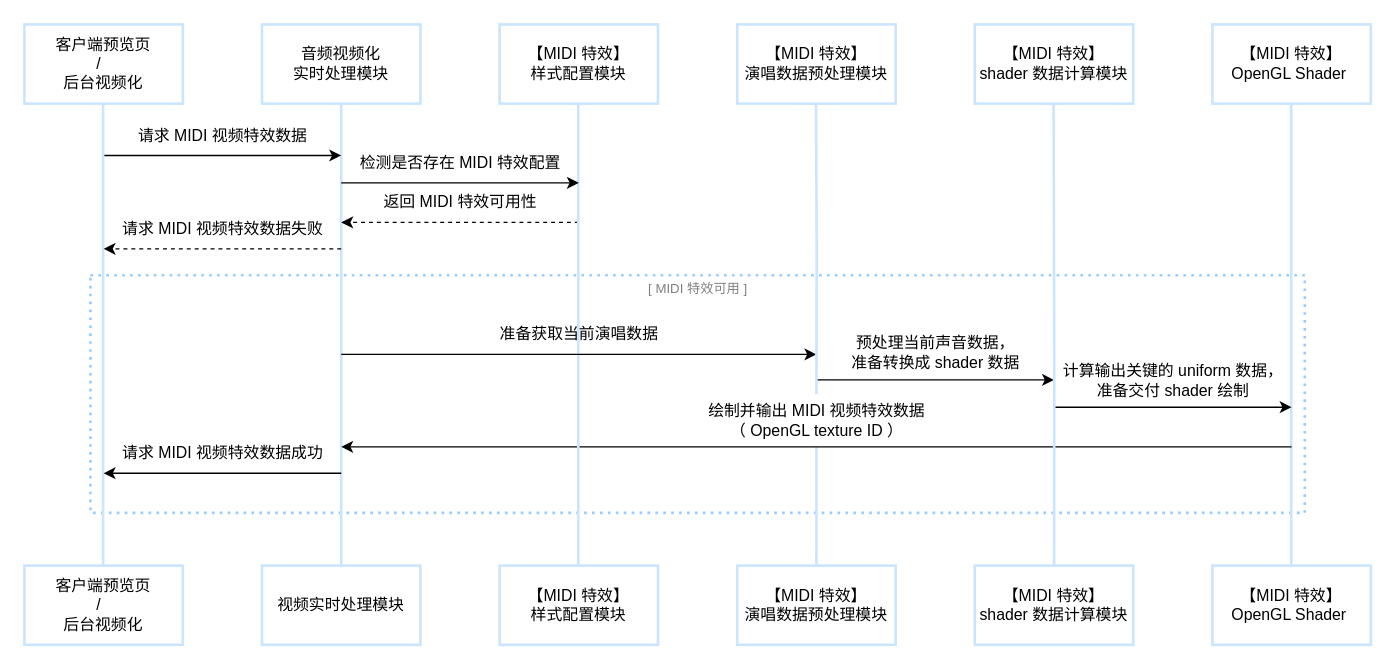
Earlier version of the draw.io diagram page "Page-1" (1 of 4) of Untitled Diagram.drawio (Tangdixi/tangdixi.github.io). Source tidied: cells renumbered, new cells numbered last; positions are measured from the earlier drawing's top-left corner, leaving out a move shared by most shapes. Both pictures are drawn from the tidied source at 132%, with x=0, y=0 at pixel (24, 24).
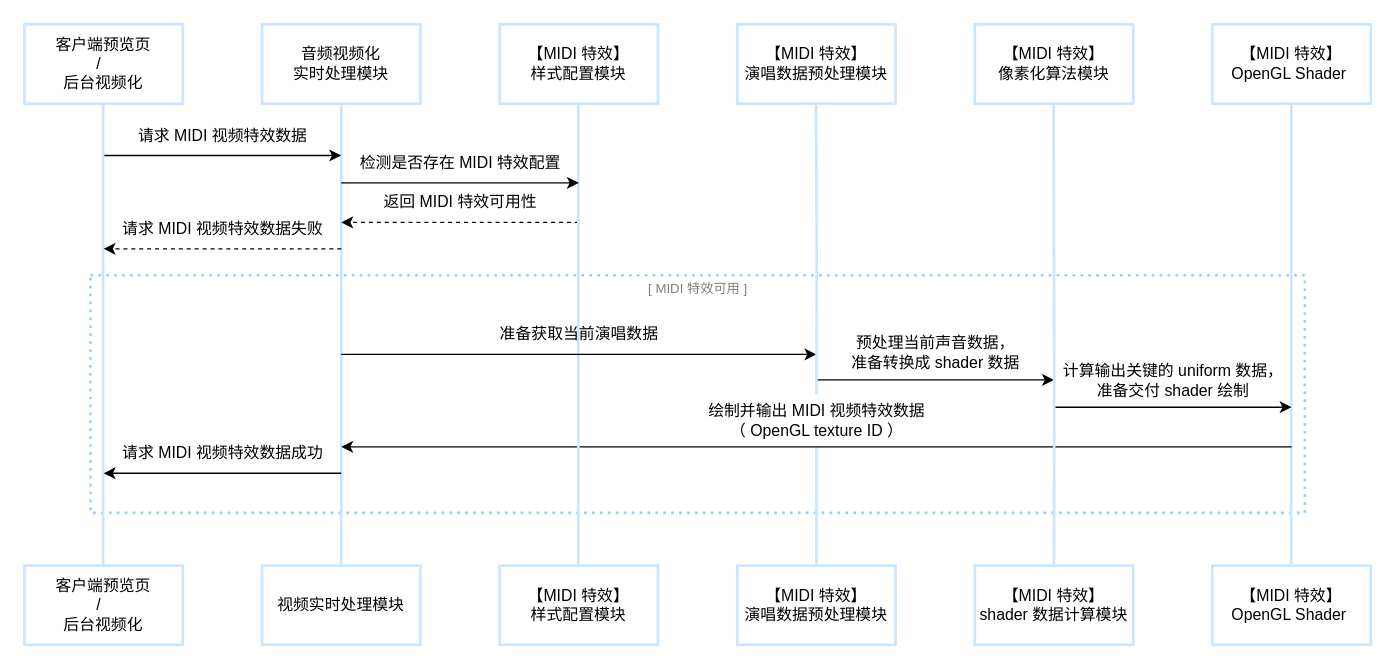
Above is the later version.

The edit, as a diff of the source:
```diff
@@
-    <mxCell id="6" value="【MIDI 特效】&lt;br&gt;shader 数据计算模块" style="rounded=0;whiteSpace=wrap;html=1;labelBackgroundColor=none;strokeWidth=2;strokeColor=#CCE5FF;align=center;" parent="1" vertex="1">
+    <mxCell id="6" value="【MIDI 特效】&lt;br&gt;像素化算法模块" style="rounded=0;whiteSpace=wrap;html=1;labelBackgroundColor=none;strokeWidth=2;strokeColor=#CCE5FF;align=center;" parent="1" vertex="1">
       <mxGeometry x="720" width="120" height="60" as="geometry" />
     </mxCell>
```
